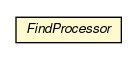
The Graphviz diagram javadoc/coreserver/com/connectlife/coreserver/environment/FindProcessor.png in ericpinet/ConnectLife, before a commit. Its source is kept beside it as javadoc/coreserver/com/connectlife/coreserver/environment/FindProcessor.dot. Source of this version:
```dot

digraph G {
	edge [fontname="Helvetica",fontsize=10,labelfontname="Helvetica",labelfontsize=10];
	node [fontname="Helvetica",fontsize=10,shape=plaintext];
	nodesep=0.25;
	ranksep=0.5;
	c1222 [label=<<table title="com.connectlife.coreserver.environment.FindProcessor" border="0" cellborder="1" cellspacing="0" cellpadding="2" port="p" bgcolor="lemonChiffon" href="./FindProcessor.html">
		<tr><td><table border="0" cellspacing="0" cellpadding="1">
<tr><td align="center" balign="center"><font face="Helvetica-Oblique"> FindProcessor </font></td></tr>
		</table></td></tr>
		</table>>, fontname="Helvetica", fontcolor="black", fontsize=10.0];
}
```
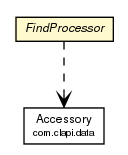
After the change.

Change to the diagram source:
```diff
@@ -4,9 +4,16 @@
 	node [fontname="Helvetica",fontsize=10,shape=plaintext];
 	nodesep=0.25;
 	ranksep=0.5;
-	c1222 [label=<<table title="com.connectlife.coreserver.environment.FindProcessor" border="0" cellborder="1" cellspacing="0" cellpadding="2" port="p" bgcolor="lemonChiffon" href="./FindProcessor.html">
+	c1343 [label=<<table title="com.connectlife.coreserver.environment.FindProcessor" border="0" cellborder="1" cellspacing="0" cellpadding="2" port="p" bgcolor="lemonChiffon" href="./FindProcessor.html">
 		<tr><td><table border="0" cellspacing="0" cellpadding="1">
 <tr><td align="center" balign="center"><font face="Helvetica-Oblique"> FindProcessor </font></td></tr>
 		</table></td></tr>
-		</table>>, fontname="Helvetica", fontcolor="black", fontsize=10.0];
+		</table>>, fontname="Helvetica", fontcolor="black", fontsize=9.0];
+	c1343:p -> c1370:p [taillabel="", label="", headlabel="", fontname="Helvetica", fontcolor="black", fontsize=10.0, color="black", arrowhead=open, style=dashed];
+	c1370 [label=<<table title="com.clapi.data.Accessory" border="0" cellborder="1" cellspacing="0" cellpadding="2" port="p" href="http://java.sun.com/j2se/1.4.2/docs/api/com/clapi/data/Accessory.html">
+		<tr><td><table border="0" cellspacing="0" cellpadding="1">
+<tr><td align="center" balign="center"> Accessory </td></tr>
+<tr><td align="center" balign="center"><font point-size="7.0"> com.clapi.data </font></td></tr>
+		</table></td></tr>
+		</table>>, fontname="Helvetica", fontcolor="black", fontsize=9.0];
 }
```
